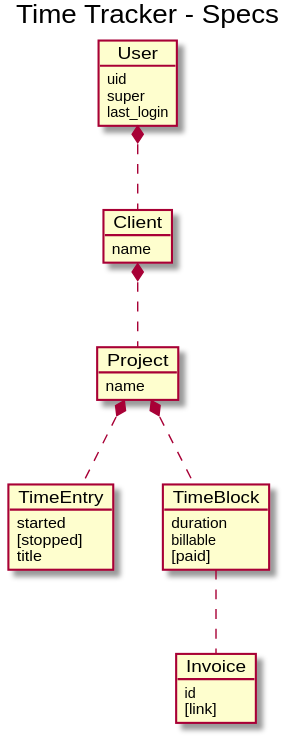
This is static/images/time_tracker_specs.svg from seed-rs/seed-rs.org, a PlantUML export, as it was before one commit.
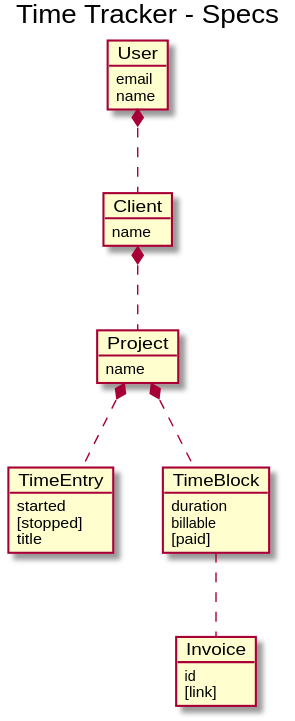
Above is the later version.

Commit message:
feat: 0.7.0 Time Tracker Architecture

Diff of the diagram source:
```diff
@@ -2,9 +2,8 @@
 title Time Tracker - Specs
 
 object User {
-  uid
-  super
-  last_login
+  email
+  name
 }
 
 object Client {
```
